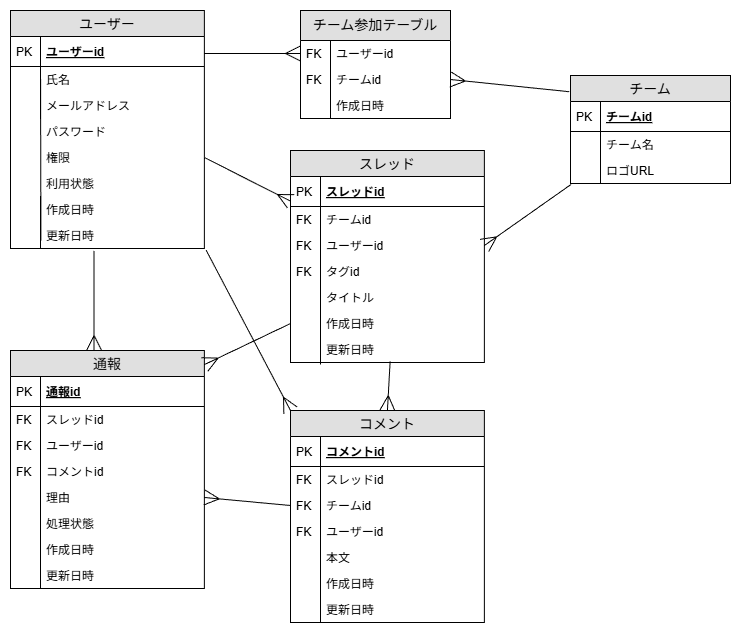
This is docs/images/er_diagram.png from theobuzz14-cmyk/premier_hub, a draw.io export, as it was before one commit. Source tidied: cells renumbered, new cells last; positions are measured from the earlier drawing's top-left corner, leaving out a move shared by most shapes.
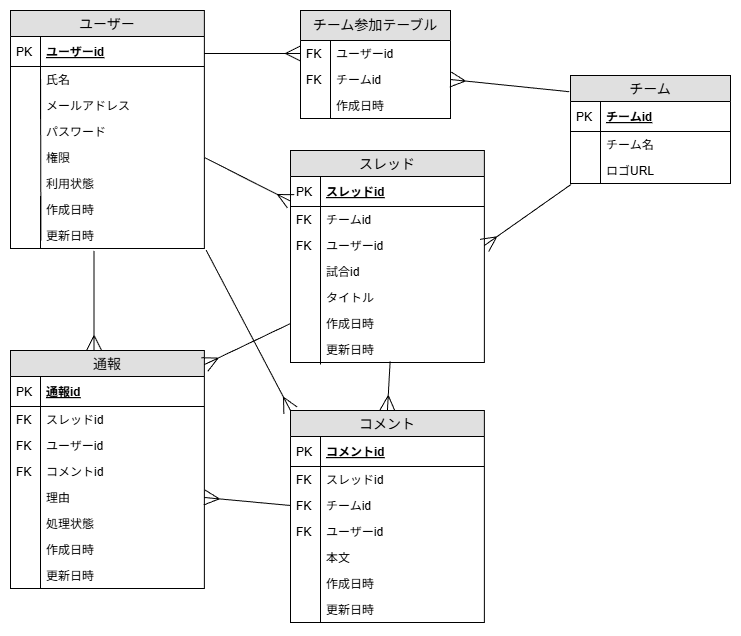
The same diagram one commit later.

Commit message:
[update]READMEにテーブル定義を追加

The edit, as a diff of the source:
```diff
@@ -98,10 +98,10 @@
         <mxPoint x="30" y="96" as="targetPoint" />
       </mxGeometry>
     </mxCell>
-    <mxCell id="32" value="タグid" style="shape=partialRectangle;top=0;left=0;right=0;bottom=0;align=left;verticalAlign=top;fillColor=none;spacingLeft=34;spacingRight=4;overflow=hidden;fontSize=12;" parent="24" vertex="1">
+    <mxCell id="32" value="試合id" style="shape=partialRectangle;top=0;left=0;right=0;bottom=0;align=left;verticalAlign=top;fillColor=none;spacingLeft=34;spacingRight=4;overflow=hidden;fontSize=12;" parent="24" vertex="1">
       <mxGeometry y="108" width="193.8" height="26" as="geometry" />
     </mxCell>
-    <mxCell id="33" value="FK" style="shape=partialRectangle;top=0;left=0;bottom=0;fillColor=none;align=left;verticalAlign=top;spacingLeft=4;spacingRight=4;overflow=hidden;fontSize=12;" parent="32" vertex="1">
+    <mxCell id="33" style="shape=partialRectangle;top=0;left=0;bottom=0;fillColor=none;align=left;verticalAlign=top;spacingLeft=4;spacingRight=4;overflow=hidden;fontSize=12;" parent="32" vertex="1">
       <mxGeometry width="30" height="26" as="geometry" />
     </mxCell>
     <mxCell id="34" value="タイトル" style="shape=partialRectangle;top=0;left=0;right=0;bottom=0;align=left;verticalAlign=top;fillColor=none;spacingLeft=34;spacingRight=4;overflow=hidden;fontSize=12;strokeColor=default;labelBorderColor=none;labelBackgroundColor=none;fontColor=default;" parent="24" vertex="1">
```
